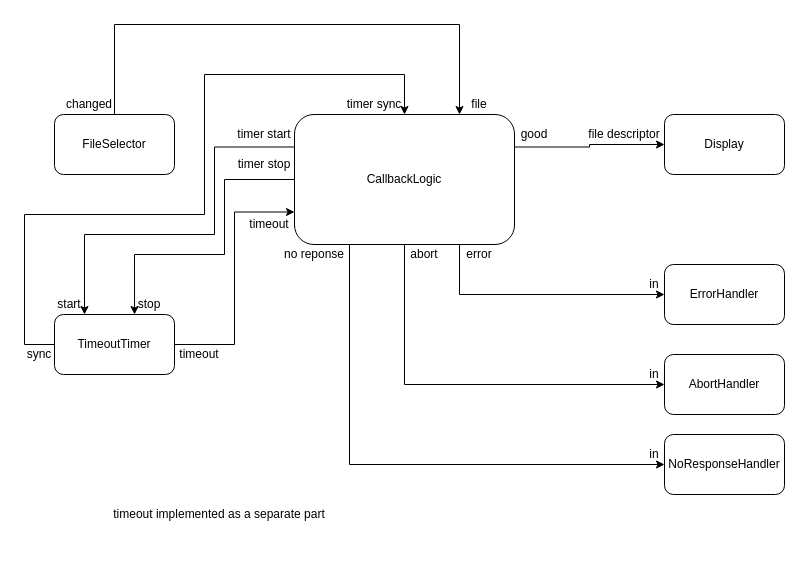
Earlier version of the draw.io diagram page "example 3 - with timer sync" (2 of 8) of drawing.drawio (guitarvydas/ag-js-3). Source tidied: cells renumbered, new cells numbered last; positions are measured from the earlier drawing's top-left corner, leaving out a move shared by most shapes. Both pictures are drawn from the tidied source at 100%, with x=0, y=0 at pixel (24, 24).
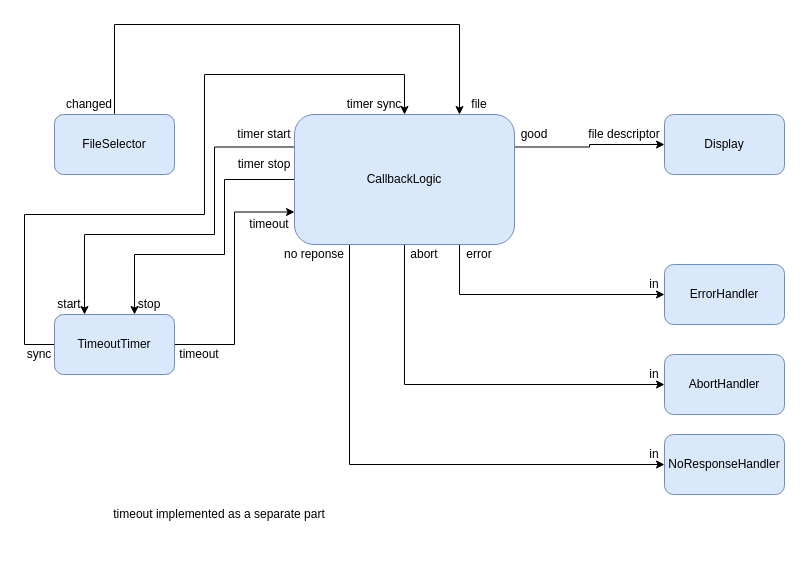
After the change.

The edit, as a diff of the source:
```diff
@@
-    <mxCell id="3" value="FileSelector" style="rounded=1;whiteSpace=wrap;html=1;" parent="1" vertex="1">
+    <mxCell id="3" value="FileSelector" style="rounded=1;whiteSpace=wrap;html=1;fillColor=#dae8fc;strokeColor=#6c8ebf;" parent="1" vertex="1">
       <mxGeometry x="30" y="90" width="120" height="60" as="geometry" />
     </mxCell>
@@
-    <mxCell id="10" value="CallbackLogic" style="rounded=1;whiteSpace=wrap;html=1;" parent="1" vertex="1">
+    <mxCell id="10" value="CallbackLogic" style="rounded=1;whiteSpace=wrap;html=1;fillColor=#dae8fc;strokeColor=#6c8ebf;" parent="1" vertex="1">
       <mxGeometry x="270" y="90" width="220" height="130" as="geometry" />
     </mxCell>
-    <mxCell id="11" value="Display" style="rounded=1;whiteSpace=wrap;html=1;" parent="1" vertex="1">
+    <mxCell id="11" value="Display" style="rounded=1;whiteSpace=wrap;html=1;fillColor=#dae8fc;strokeColor=#6c8ebf;" parent="1" vertex="1">
       <mxGeometry x="640" y="90" width="120" height="60" as="geometry" />
     </mxCell>
@@
-    <mxCell id="14" value="ErrorHandler" style="rounded=1;whiteSpace=wrap;html=1;" parent="1" vertex="1">
+    <mxCell id="14" value="ErrorHandler" style="rounded=1;whiteSpace=wrap;html=1;fillColor=#dae8fc;strokeColor=#6c8ebf;" parent="1" vertex="1">
       <mxGeometry x="640" y="240" width="120" height="60" as="geometry" />
     </mxCell>
-    <mxCell id="15" value="AbortHandler" style="rounded=1;whiteSpace=wrap;html=1;" parent="1" vertex="1">
+    <mxCell id="15" value="AbortHandler" style="rounded=1;whiteSpace=wrap;html=1;fillColor=#dae8fc;strokeColor=#6c8ebf;" parent="1" vertex="1">
       <mxGeometry x="640" y="330" width="120" height="60" as="geometry" />
     </mxCell>
@@
-    <mxCell id="17" value="NoResponseHandler" style="rounded=1;whiteSpace=wrap;html=1;" parent="1" vertex="1">
+    <mxCell id="17" value="NoResponseHandler" style="rounded=1;whiteSpace=wrap;html=1;fillColor=#dae8fc;strokeColor=#6c8ebf;" parent="1" vertex="1">
       <mxGeometry x="640" y="410" width="120" height="60" as="geometry" />
     </mxCell>
@@
-    <mxCell id="28" value="TimeoutTimer" style="rounded=1;whiteSpace=wrap;html=1;" parent="1" vertex="1">
+    <mxCell id="28" value="TimeoutTimer" style="rounded=1;whiteSpace=wrap;html=1;fillColor=#dae8fc;strokeColor=#6c8ebf;" parent="1" vertex="1">
       <mxGeometry x="30" y="290" width="120" height="60" as="geometry" />
     </mxCell>
```
